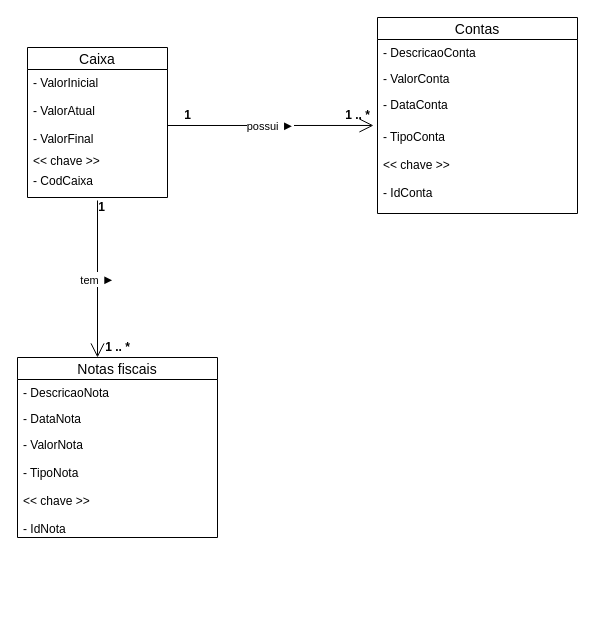
Earlier version of the draw.io diagram docs/ARTEFATOS(15-23)/Controlar_Fluxo_De_Caixa/Modelo_Conceitual_Controlar_Fluxo_De_Caixa.drawio (Darienzo08/ope_ads). Source tidied: cells renumbered, new cells numbered last; positions are measured from the earlier drawing's top-left corner, leaving out a move shared by most shapes. Both pictures are drawn from the tidied source at 100%, with x=0, y=0 at pixel (17, 17).
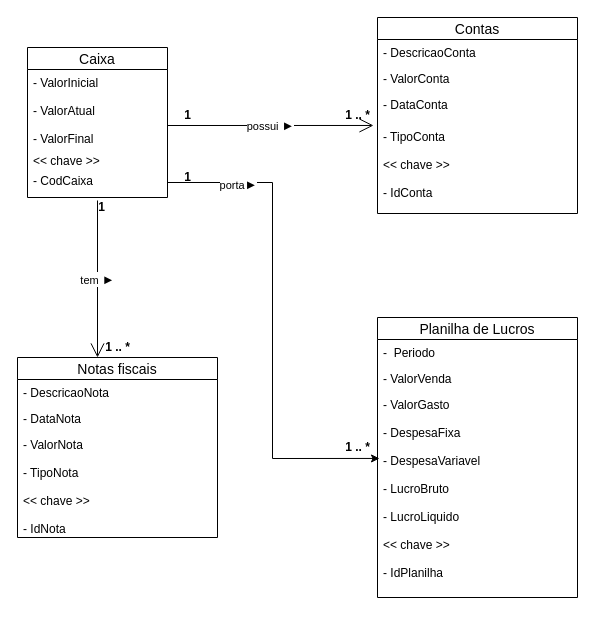
The same diagram, later.

Unchanged cells that the change refers to:
```xml
<mxCell id="14" value="- CodCaixa" style="text;strokeColor=none;fillColor=none;spacingLeft=4;spacingRight=4;overflow=hidden;points=[[0,0.5],[1,0.5]];portConstraint=eastwest;fontSize=12;" parent="12" vertex="1">
  <mxGeometry y="120" width="140" height="30" as="geometry" />
</mxCell>
```

The edit, as a diff of the source:
```diff
@@
+    <mxCell id="21" value="Planilha de Lucros" style="swimlane;fontStyle=0;horizontal=1;startSize=22;align=center;fontSize=14;" parent="1" vertex="1">
+      <mxGeometry x="360" y="300" width="200" height="280" as="geometry" />
+    </mxCell>
+    <mxCell id="22" value="-  Periodo" style="text;strokeColor=none;fillColor=none;spacingLeft=4;spacingRight=4;overflow=hidden;fontSize=12;" parent="21" vertex="1">
+      <mxGeometry y="22" width="200" height="26" as="geometry" />
+    </mxCell>
+    <mxCell id="23" value="- ValorVenda" style="text;strokeColor=none;fillColor=none;spacingLeft=4;spacingRight=4;overflow=hidden;fontSize=12;" parent="21" vertex="1">
+      <mxGeometry y="48" width="200" height="26" as="geometry" />
+    </mxCell>
+    <mxCell id="24" value="- ValorGasto&#10;&#10;- DespesaFixa&#10;&#10;- DespesaVariavel&#10;&#10;- LucroBruto&#10;&#10;- LucroLiquido&#10;&#10;&lt;&lt; chave &gt;&gt;&#10;&#10;- IdPlanilha" style="text;strokeColor=none;fillColor=none;spacingLeft=4;spacingRight=4;overflow=hidden;points=[[0,0.5],[1,0.5]];portConstraint=eastwest;fontSize=12;" parent="21" vertex="1">
+      <mxGeometry y="74" width="200" height="206" as="geometry" />
+    </mxCell>
+    <mxCell id="25" style="edgeStyle=orthogonalEdgeStyle;rounded=0;jettySize=auto;html=1;exitX=1;exitY=0.5;exitDx=0;exitDy=0;entryX=0.01;entryY=0.325;entryDx=0;entryDy=0;entryPerimeter=0;" parent="1" edge="1" source="14" target="24">
+      <mxGeometry relative="1" as="geometry" />
+    </mxCell>
+    <mxCell id="26" value="porta&lt;span style=&quot;font-family: &amp;#34;roboto&amp;#34; , &amp;#34;arial&amp;#34; , sans-serif ; font-size: 13px ; text-align: left&quot;&gt;►&lt;/span&gt;" style="edgeLabel;html=1;align=center;verticalAlign=middle;" parent="25" vertex="1">
+      <mxGeometry x="-0.05" y="2" relative="1" as="geometry">
+        <mxPoint x="-37" y="-126" as="offset" />
+      </mxGeometry>
+    </mxCell>
+    <mxCell id="27" value="&lt;b&gt;1&lt;/b&gt;" style="text;html=1;align=center;verticalAlign=middle;" parent="1" vertex="1">
+      <mxGeometry x="160" y="150" width="20" height="20" as="geometry" />
+    </mxCell>
+    <mxCell id="28" value="&lt;b&gt;1 .. *&lt;/b&gt;" style="text;html=1;align=center;verticalAlign=middle;" parent="1" vertex="1">
+      <mxGeometry x="320" y="420" width="40" height="20" as="geometry" />
+    </mxCell>
```
